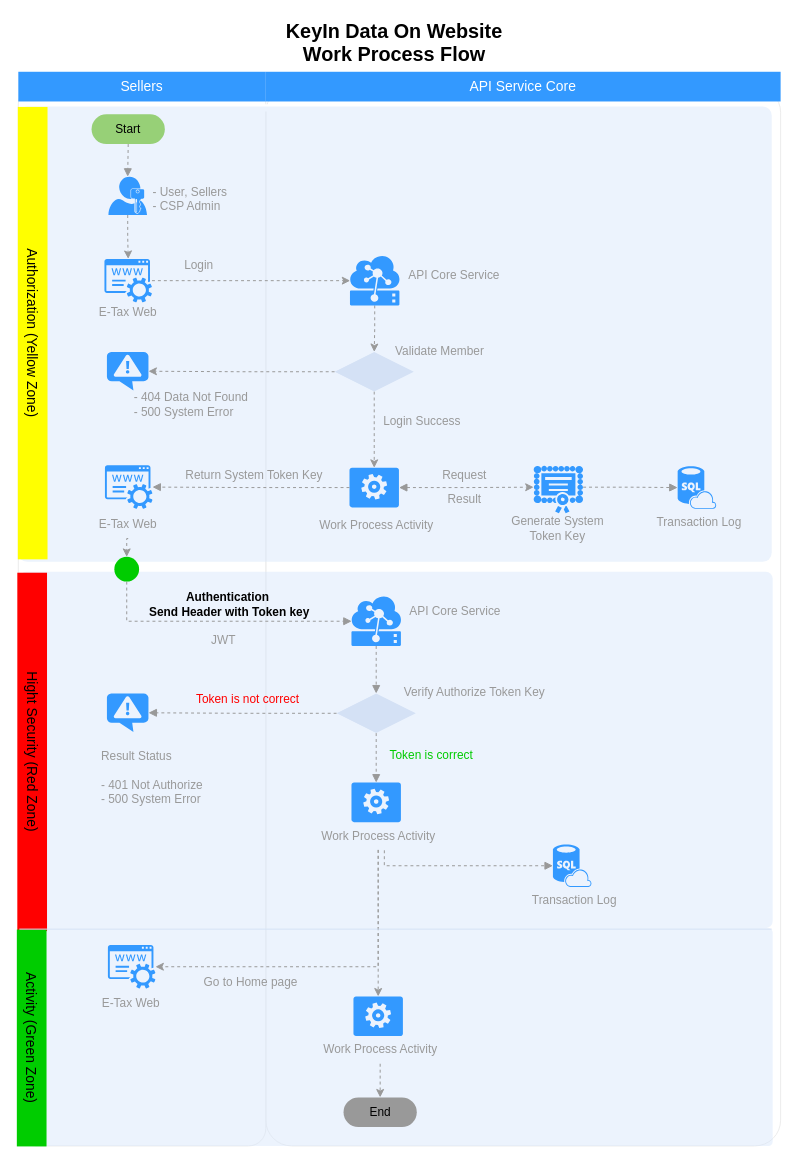
nirawat/eTax keeps this draw.io diagram as KeyIn Data.drawio. Above is the earlier version. Source tidied: cells renumbered, new cells numbered last; positions are measured from the earlier drawing's top-left corner, leaving out a move shared by most shapes. Both pictures are drawn from the tidied source at 99%, with x=0, y=0 at pixel (-194, 17).
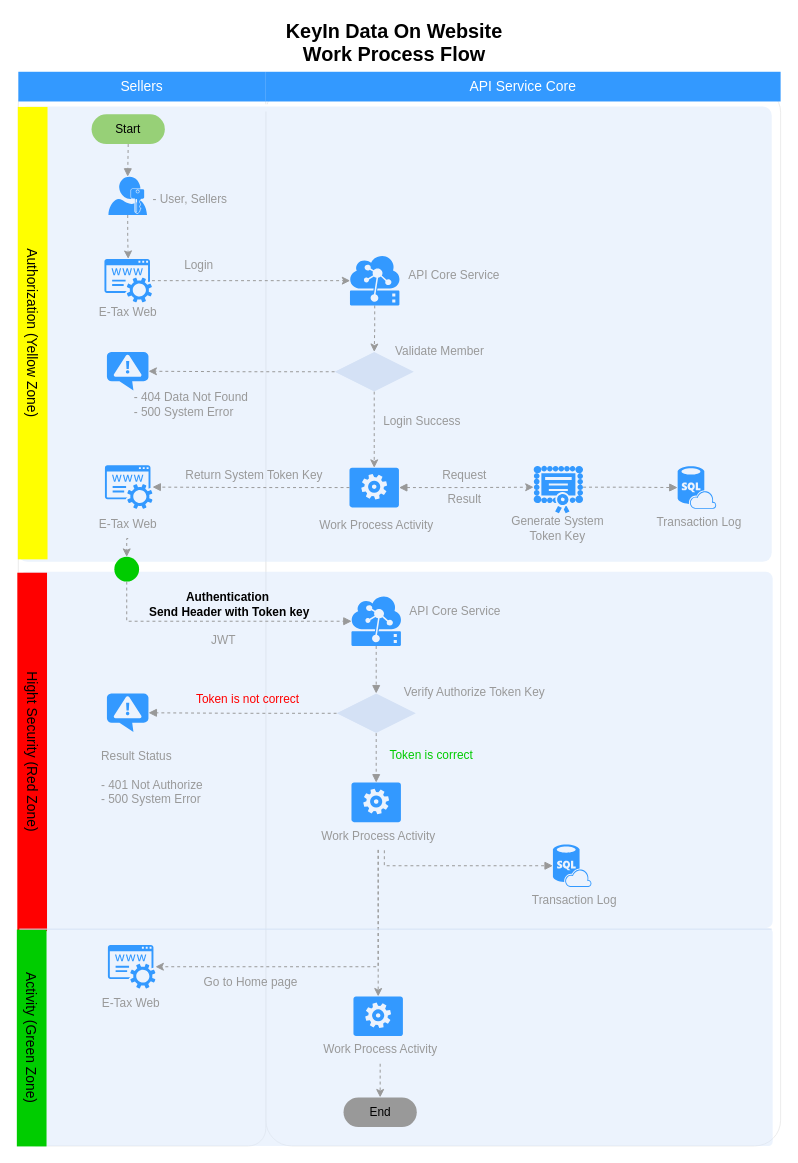
Above is the later version.

Unchanged cells that the change refers to:
```xml
<mxCell id="23" style="group;" parent="1" vertex="1">
  <mxGeometry x="305" y="161" width="162.5" height="50" as="geometry" />
</mxCell>
```

Change to the diagram source:
```diff
@@
-    <mxCell id="24" value="&lt;font color=&quot;#999999&quot; style=&quot;font-size: 12px&quot;&gt;- User, Sellers&lt;br&gt;- CSP Admin&lt;br&gt;&lt;br&gt;&lt;/font&gt;" style="text;html=1;strokeColor=none;fillColor=none;align=left;verticalAlign=middle;whiteSpace=wrap;rounded=0;fontSize=12;" parent="23" vertex="1">
+    <mxCell id="24" value="&lt;font color=&quot;#999999&quot; style=&quot;font-size: 12px&quot;&gt;- User, Sellers&lt;br&gt;&lt;br&gt;&lt;/font&gt;" style="text;html=1;strokeColor=none;fillColor=none;align=left;verticalAlign=middle;whiteSpace=wrap;rounded=0;fontSize=12;" parent="23" vertex="1">
       <mxGeometry x="42.5" y="10" width="120" height="40" as="geometry" />
     </mxCell>
```
